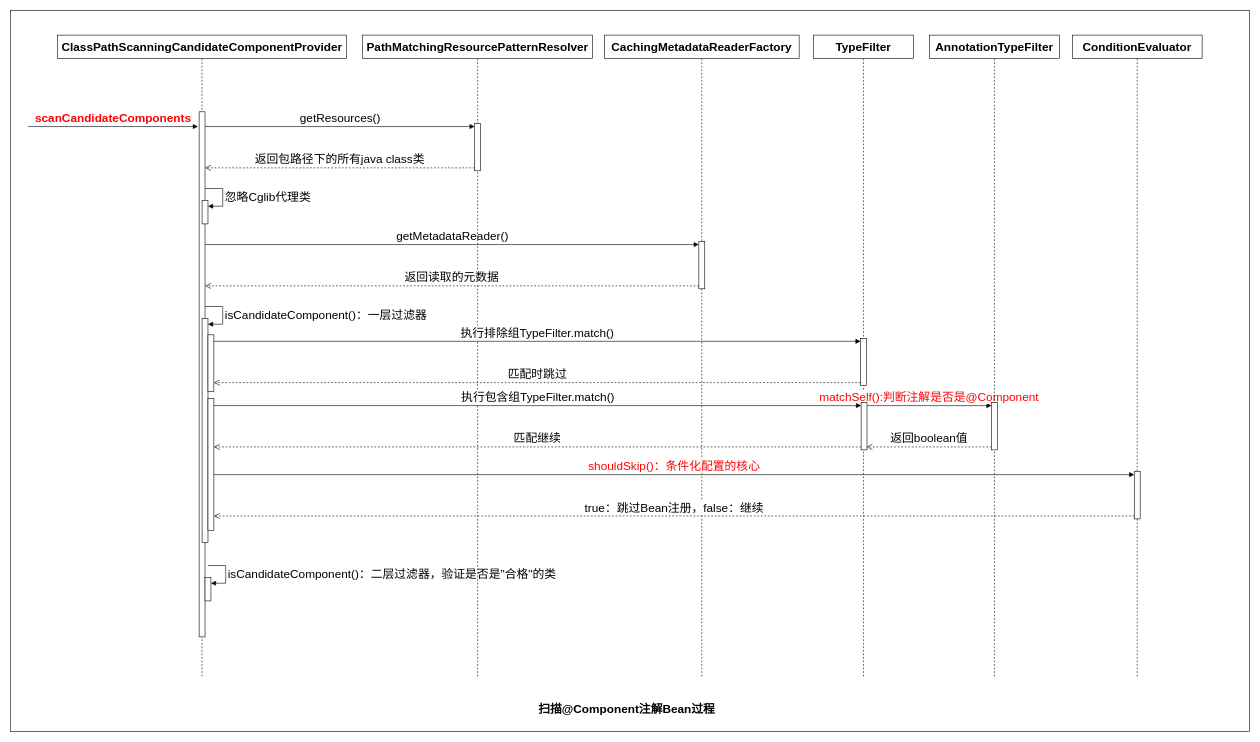
Before: dubbo-learning-doc/drawio/源码分析/3_Spring注册Bean定义/过程分析/4_ClassPathScanningCandidateComponentProvider_scanCandidateComponents.drawio in czwer/dubbo-learning, a draw.io diagram. Source tidied: cells renumbered, new cells numbered last; positions are measured from the earlier drawing's top-left corner, leaving out a move shared by most shapes. Both pictures are drawn from the tidied source at 59%, with x=0, y=0 at pixel (10, 10).
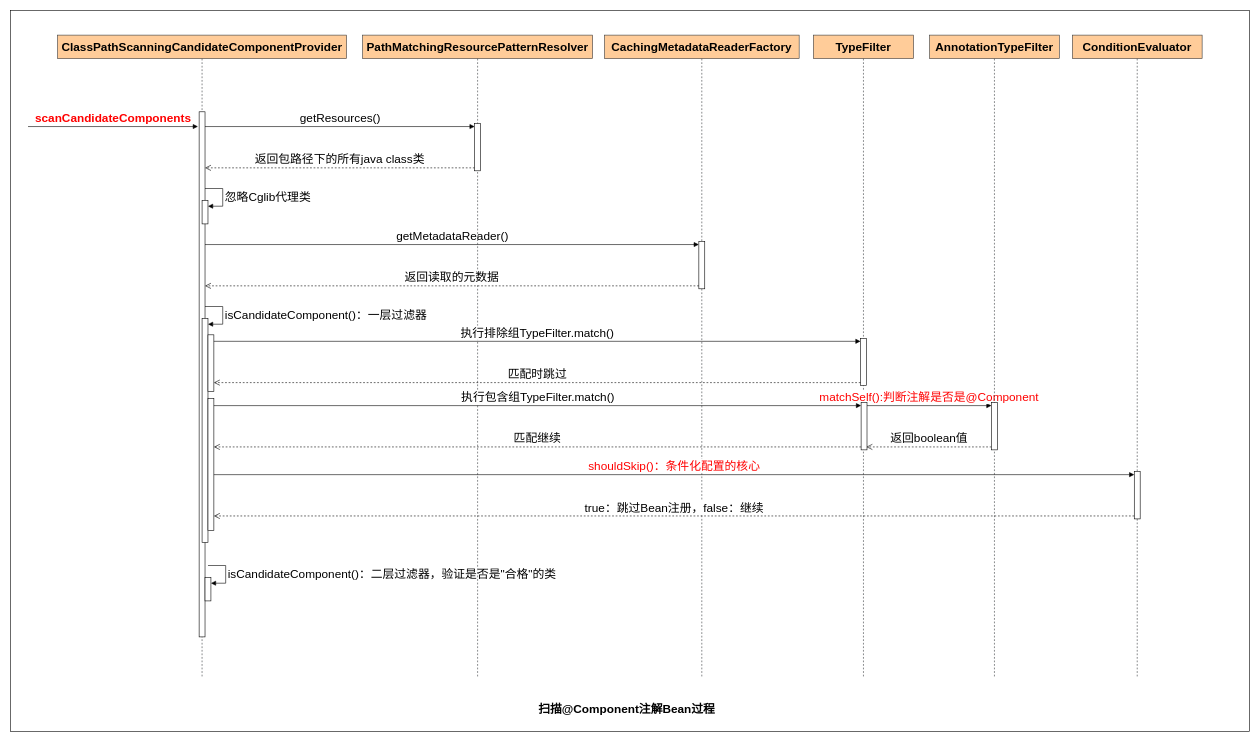
The same page after the edit.

Diff of the diagram source:
```diff
@@
-    <mxCell id="3" value="ClassPathScanningCandidateComponentProvider" style="shape=umlLifeline;whiteSpace=wrap;html=1;newEdgeStyle={&quot;curved&quot;:0,&quot;rounded&quot;:0};fontSize=20;fontStyle=1;perimeter=rectanglePerimeter;targetShapes=umlLifeline;participant=label;" parent="1" vertex="1">
+    <mxCell id="3" value="ClassPathScanningCandidateComponentProvider" style="shape=umlLifeline;whiteSpace=wrap;html=1;newEdgeStyle={&quot;curved&quot;:0,&quot;rounded&quot;:0};fontSize=20;fontStyle=1;perimeter=rectanglePerimeter;targetShapes=umlLifeline;participant=label;fillColor=#ffcc99;strokeColor=#36393d;" parent="1" vertex="1">
       <mxGeometry x="80" y="42" width="490" height="1090" as="geometry" />
     </mxCell>
@@
-    <mxCell id="15" value="PathMatchingResourcePatternResolver" style="shape=umlLifeline;perimeter=lifelinePerimeter;whiteSpace=wrap;html=1;newEdgeStyle={&quot;curved&quot;:0,&quot;rounded&quot;:0};fontSize=20;fontStyle=1;" parent="1" vertex="1">
+    <mxCell id="15" value="PathMatchingResourcePatternResolver" style="shape=umlLifeline;perimeter=lifelinePerimeter;whiteSpace=wrap;html=1;newEdgeStyle={&quot;curved&quot;:0,&quot;rounded&quot;:0};fontSize=20;fontStyle=1;fillColor=#ffcc99;strokeColor=#36393d;" parent="1" vertex="1">
       <mxGeometry x="597" y="42" width="390" height="1090" as="geometry" />
     </mxCell>
@@
-    <mxCell id="17" value="CachingMetadataReaderFactory" style="shape=umlLifeline;perimeter=lifelinePerimeter;whiteSpace=wrap;html=1;newEdgeStyle={&quot;curved&quot;:0,&quot;rounded&quot;:0};fontSize=20;fontStyle=1;" parent="1" vertex="1">
+    <mxCell id="17" value="CachingMetadataReaderFactory" style="shape=umlLifeline;perimeter=lifelinePerimeter;whiteSpace=wrap;html=1;newEdgeStyle={&quot;curved&quot;:0,&quot;rounded&quot;:0};fontSize=20;fontStyle=1;fillColor=#ffcc99;strokeColor=#36393d;" parent="1" vertex="1">
       <mxGeometry x="1007" y="42" width="330" height="1090" as="geometry" />
     </mxCell>
@@
-    <mxCell id="21" value="TypeFilter" style="shape=umlLifeline;perimeter=lifelinePerimeter;whiteSpace=wrap;html=1;newEdgeStyle={&quot;curved&quot;:0,&quot;rounded&quot;:0};fontSize=20;fontStyle=1;" parent="1" vertex="1">
+    <mxCell id="21" value="TypeFilter" style="shape=umlLifeline;perimeter=lifelinePerimeter;whiteSpace=wrap;html=1;newEdgeStyle={&quot;curved&quot;:0,&quot;rounded&quot;:0};fontSize=20;fontStyle=1;fillColor=#ffcc99;strokeColor=#36393d;" parent="1" vertex="1">
       <mxGeometry x="1361" y="42" width="170" height="1090" as="geometry" />
     </mxCell>
@@
-    <mxCell id="30" value="AnnotationTypeFilter" style="shape=umlLifeline;perimeter=lifelinePerimeter;whiteSpace=wrap;html=1;newEdgeStyle={&quot;curved&quot;:0,&quot;rounded&quot;:0};fontSize=20;fontStyle=1;" parent="1" vertex="1">
+    <mxCell id="30" value="AnnotationTypeFilter" style="shape=umlLifeline;perimeter=lifelinePerimeter;whiteSpace=wrap;html=1;newEdgeStyle={&quot;curved&quot;:0,&quot;rounded&quot;:0};fontSize=20;fontStyle=1;fillColor=#ffcc99;strokeColor=#36393d;" parent="1" vertex="1">
       <mxGeometry x="1558" y="42" width="220" height="1090" as="geometry" />
     </mxCell>
@@
-    <mxCell id="32" value="ConditionEvaluator" style="shape=umlLifeline;perimeter=lifelinePerimeter;whiteSpace=wrap;html=1;newEdgeStyle={&quot;curved&quot;:0,&quot;rounded&quot;:0};fontSize=20;fontStyle=1;" parent="1" vertex="1">
+    <mxCell id="32" value="ConditionEvaluator" style="shape=umlLifeline;perimeter=lifelinePerimeter;whiteSpace=wrap;html=1;newEdgeStyle={&quot;curved&quot;:0,&quot;rounded&quot;:0};fontSize=20;fontStyle=1;fillColor=#ffcc99;strokeColor=#36393d;" parent="1" vertex="1">
       <mxGeometry x="1800" y="42" width="220" height="1090" as="geometry" />
     </mxCell>
```
